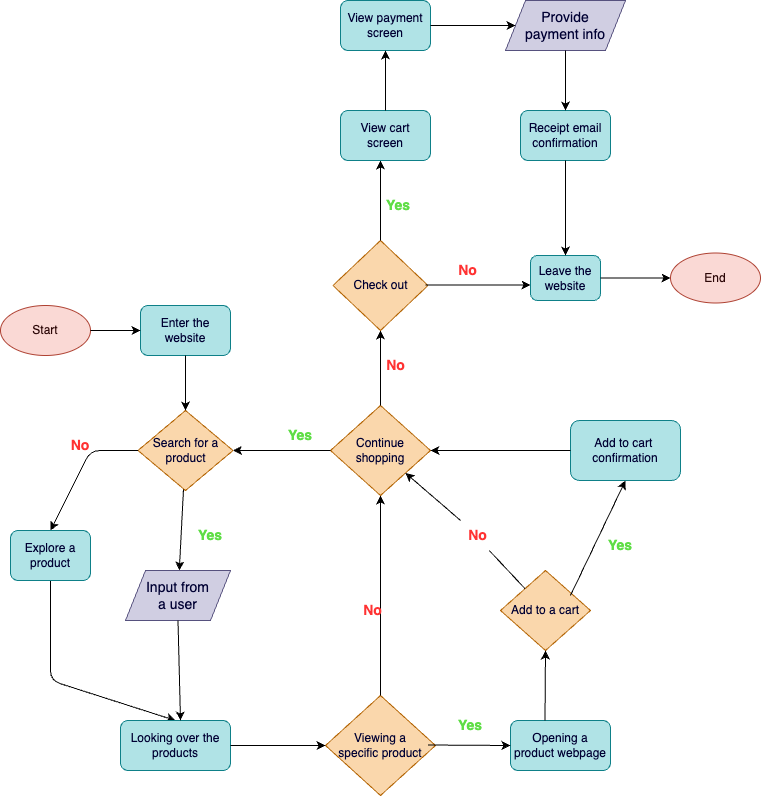
Above: explore/diagramming/diagram.drawio.png in faquanly/sp24-cse110-lab4 (draw.io), before the change. Source tidied: cells renumbered, new cells last; positions are measured from the earlier drawing's top-left corner, leaving out a move shared by most shapes.
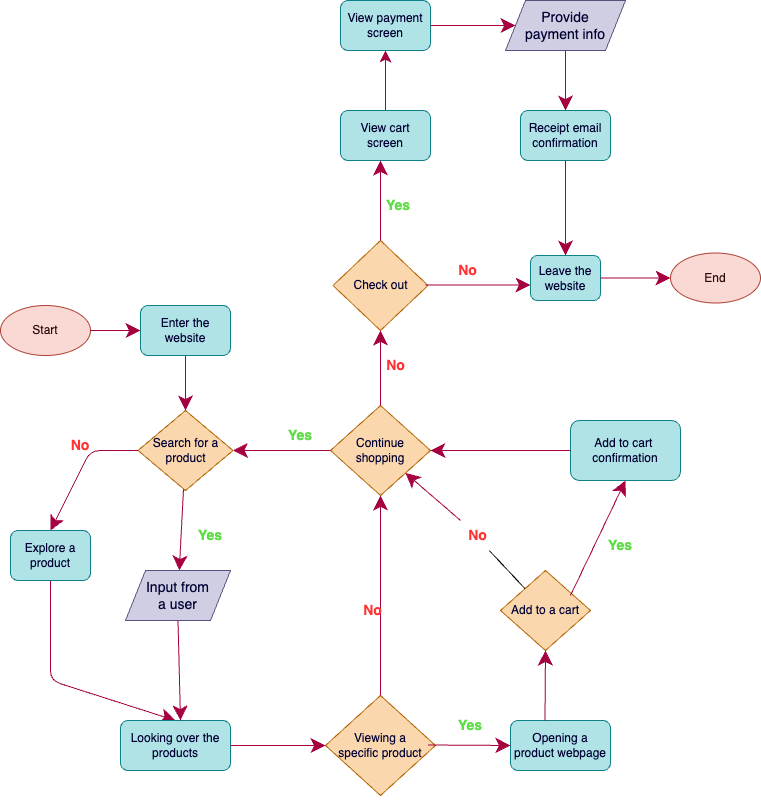
After the change.

The edit, as a diff of the source:
```diff
@@ -1,4 +1,4 @@
-<mxGraphModel>
+<mxGraphModel background="#ffffff">
   <root>
     <mxCell id="0" />
     <mxCell id="1" parent="0" />
@@ -23,16 +23,16 @@
     <mxCell id="8" value="&lt;font color=&quot;#000033&quot;&gt;Enter the website&lt;/font&gt;" style="rounded=1;whiteSpace=wrap;html=1;fillStyle=solid;fillColor=#b0e3e6;strokeColor=#0e8088;" parent="7" vertex="1">
       <mxGeometry x="90" y="85" width="90" height="50" as="geometry" />
     </mxCell>
-    <mxCell id="9" style="edgeStyle=none;html=1;fontSize=14;fontColor=#000033;" parent="7" edge="1" source="10" target="16">
+    <mxCell id="9" style="edgeStyle=none;html=1;fontSize=14;fontColor=#000033;endSize=12;startSize=12;fillColor=#d80073;strokeColor=#A50040;" parent="7" edge="1" source="10" target="16">
       <mxGeometry relative="1" as="geometry" />
     </mxCell>
     <mxCell id="10" value="Search for a product" style="rhombus;whiteSpace=wrap;html=1;fillStyle=solid;fillColor=#fad7ac;strokeColor=#b46504;fontColor=#000033;" parent="7" vertex="1">
       <mxGeometry x="87.5" y="190" width="95" height="80" as="geometry" />
     </mxCell>
-    <mxCell id="11" style="edgeStyle=none;html=1;fontColor=#000033;entryX=0.5;entryY=0;entryDx=0;entryDy=0;exitX=0.5;exitY=1;exitDx=0;exitDy=0;" parent="7" edge="1" source="8" target="10">
+    <mxCell id="11" style="edgeStyle=none;html=1;fontColor=#000033;entryX=0.5;entryY=0;entryDx=0;entryDy=0;exitX=0.5;exitY=1;exitDx=0;exitDy=0;endSize=12;fillColor=#d80073;strokeColor=#A50040;startSize=12;" parent="7" edge="1" source="8" target="10">
       <mxGeometry relative="1" as="geometry" />
     </mxCell>
-    <mxCell id="12" style="edgeStyle=none;html=1;fontColor=#000033;exitX=0;exitY=0.5;exitDx=0;exitDy=0;" parent="7" edge="1" source="10">
+    <mxCell id="12" style="edgeStyle=none;html=1;fontColor=#000033;exitX=0;exitY=0.5;exitDx=0;exitDy=0;endSize=12;startSize=12;fillColor=#d80073;strokeColor=#A50040;" parent="7" edge="1" source="10">
       <mxGeometry relative="1" as="geometry">
         <mxPoint y="310" as="targetPoint" />
         <Array as="points">
@@ -43,7 +43,7 @@
     <mxCell id="13" value="&lt;b style=&quot;&quot;&gt;&lt;font style=&quot;font-size: 14px;&quot; color=&quot;#5fdd46&quot;&gt;Yes&lt;/font&gt;&lt;/b&gt;" style="text;strokeColor=none;align=center;fillColor=none;html=1;verticalAlign=middle;whiteSpace=wrap;rounded=0;fillStyle=solid;fontColor=#000033;" parent="7" vertex="1">
       <mxGeometry x="140" y="300" width="40" height="30" as="geometry" />
     </mxCell>
-    <mxCell id="14" style="edgeStyle=none;html=1;fontSize=14;fontColor=#000033;entryX=0.5;entryY=0;entryDx=0;entryDy=0;" parent="7" edge="1" target="19">
+    <mxCell id="14" style="edgeStyle=none;html=1;fontSize=14;fontColor=#000033;entryX=0.5;entryY=0;entryDx=0;entryDy=0;endSize=12;startSize=12;fillColor=#d80073;strokeColor=#A50040;" parent="7" edge="1" target="19">
       <mxGeometry relative="1" as="geometry">
         <mxPoint y="360" as="sourcePoint" />
         <Array as="points">
@@ -60,13 +60,13 @@
     <mxCell id="17" value="&lt;font color=&quot;#2c0707&quot;&gt;Start&lt;/font&gt;" style="ellipse;whiteSpace=wrap;html=1;fillStyle=solid;fillColor=#fad9d5;strokeColor=#ae4132;" parent="7" vertex="1">
       <mxGeometry x="-50" y="85" width="90" height="50" as="geometry" />
     </mxCell>
-    <mxCell id="18" style="edgeStyle=none;html=1;fontColor=#000033;entryX=0;entryY=0.5;entryDx=0;entryDy=0;exitX=1;exitY=0.5;exitDx=0;exitDy=0;" parent="7" edge="1" source="17" target="8">
+    <mxCell id="18" style="edgeStyle=none;html=1;fontColor=#000033;entryX=0;entryY=0.5;entryDx=0;entryDy=0;exitX=1;exitY=0.5;exitDx=0;exitDy=0;endSize=12;fillColor=#d80073;strokeColor=#A50040;startSize=12;" parent="7" edge="1" source="17" target="8">
       <mxGeometry relative="1" as="geometry" />
     </mxCell>
     <mxCell id="19" value="&lt;span style=&quot;color: rgb(0, 0, 51);&quot;&gt;Looking over the&lt;/span&gt;&lt;br style=&quot;color: rgb(0, 0, 51);&quot;&gt;&lt;span style=&quot;color: rgb(0, 0, 51);&quot;&gt;products&lt;/span&gt;" style="rounded=1;whiteSpace=wrap;html=1;fillStyle=solid;fillColor=#b0e3e6;strokeColor=#0e8088;" parent="6" vertex="1">
       <mxGeometry x="120" y="500" width="110" height="50" as="geometry" />
     </mxCell>
-    <mxCell id="20" style="endArrow=classic;html=1;fontColor=#000033;exitX=0.5;exitY=1;exitDx=0;exitDy=0;" parent="6" edge="1" source="16">
+    <mxCell id="20" style="endArrow=classic;html=1;fontColor=#000033;exitX=0.5;exitY=1;exitDx=0;exitDy=0;endSize=12;fillColor=#d80073;strokeColor=#A50040;" parent="6" edge="1" source="16">
       <mxGeometry relative="1" as="geometry">
         <mxPoint x="180" y="500" as="targetPoint" />
       </mxGeometry>
@@ -74,10 +74,10 @@
     <mxCell id="21" value="&lt;span style=&quot;color: rgb(0, 0, 51);&quot;&gt;Explore a&lt;/span&gt;&lt;br style=&quot;color: rgb(0, 0, 51);&quot;&gt;&lt;span style=&quot;color: rgb(0, 0, 51);&quot;&gt;product&lt;/span&gt;" style="rounded=1;whiteSpace=wrap;html=1;fillStyle=solid;fillColor=#b0e3e6;strokeColor=#0e8088;" parent="6" vertex="1">
       <mxGeometry x="10" y="310" width="80" height="50" as="geometry" />
     </mxCell>
-    <mxCell id="22" style="endArrow=classic;html=1;fontColor=#000033;exitX=1;exitY=0.5;exitDx=0;exitDy=0;entryX=0;entryY=0.5;entryDx=0;entryDy=0;" parent="3" edge="1" source="19" target="5">
+    <mxCell id="22" style="endArrow=classic;html=1;fontColor=#000033;exitX=1;exitY=0.5;exitDx=0;exitDy=0;entryX=0;entryY=0.5;entryDx=0;entryDy=0;endSize=12;startSize=12;fillColor=#d80073;strokeColor=#A50040;" parent="3" edge="1" source="19" target="5">
       <mxGeometry relative="1" as="geometry" />
     </mxCell>
-    <mxCell id="23" style="endArrow=classic;html=1;fontColor=#000033;exitX=0.5;exitY=0;exitDx=0;exitDy=0;entryX=0.5;entryY=1;entryDx=0;entryDy=0;" parent="3" edge="1" source="5" target="27">
+    <mxCell id="23" style="endArrow=classic;html=1;fontColor=#000033;exitX=0.5;exitY=0;exitDx=0;exitDy=0;entryX=0.5;entryY=1;entryDx=0;entryDy=0;endSize=12;fillColor=#d80073;strokeColor=#A50040;" parent="3" edge="1" source="5" target="27">
       <mxGeometry relative="1" as="geometry" />
     </mxCell>
     <mxCell id="24" value="&lt;b style=&quot;&quot;&gt;&lt;font color=&quot;#ff3333&quot; style=&quot;font-size: 14px;&quot;&gt;No&lt;/font&gt;&lt;/b&gt;" style="text;strokeColor=none;align=center;fillColor=none;html=1;verticalAlign=middle;whiteSpace=wrap;rounded=0;fillStyle=solid;fontColor=#000033;" parent="3" vertex="1">
@@ -86,7 +86,7 @@
     <mxCell id="25" value="&lt;font color=&quot;#000033&quot;&gt;Opening a product webpage&lt;/font&gt;" style="rounded=1;whiteSpace=wrap;html=1;fillStyle=solid;fillColor=#b0e3e6;strokeColor=#0e8088;" parent="3" vertex="1">
       <mxGeometry x="510" y="500" width="100" height="50" as="geometry" />
     </mxCell>
-    <mxCell id="26" style="endArrow=classic;html=1;fontColor=#000033;exitX=0.5;exitY=0;exitDx=0;exitDy=0;entryX=0.5;entryY=1;entryDx=0;entryDy=0;" parent="3" edge="1" target="4">
+    <mxCell id="26" style="endArrow=classic;html=1;fontColor=#000033;exitX=0.5;exitY=0;exitDx=0;exitDy=0;entryX=0.5;entryY=1;entryDx=0;entryDy=0;fillColor=#d80073;strokeColor=#A50040;endSize=12;" parent="3" edge="1" target="4">
       <mxGeometry relative="1" as="geometry">
         <mxPoint x="544.5" y="500" as="sourcePoint" />
       </mxGeometry>
@@ -94,13 +94,13 @@
     <mxCell id="27" value="Continue&lt;br&gt;shopping" style="rhombus;whiteSpace=wrap;html=1;fillStyle=solid;fillColor=#fad7ac;strokeColor=#b46504;fontColor=#000033;" parent="3" vertex="1">
       <mxGeometry x="330" y="185" width="100" height="90" as="geometry" />
     </mxCell>
-    <mxCell id="28" style="endArrow=classic;html=1;fontColor=#000033;entryX=1;entryY=1;entryDx=0;entryDy=0;startArrow=none;" parent="3" edge="1" source="29" target="27">
+    <mxCell id="28" style="endArrow=classic;html=1;fontColor=#000033;entryX=1;entryY=1;entryDx=0;entryDy=0;startArrow=none;fillColor=#d80073;strokeColor=#A50040;endSize=12;" parent="3" edge="1" source="29" target="27">
       <mxGeometry relative="1" as="geometry" />
     </mxCell>
     <mxCell id="29" value="&lt;b style=&quot;&quot;&gt;&lt;font color=&quot;#ff3333&quot; style=&quot;font-size: 14px;&quot;&gt;No&lt;/font&gt;&lt;/b&gt;" style="text;strokeColor=none;align=center;fillColor=none;html=1;verticalAlign=middle;whiteSpace=wrap;rounded=0;fillStyle=solid;fontColor=#000033;" parent="3" vertex="1">
       <mxGeometry x="455" y="300" width="45" height="30" as="geometry" />
     </mxCell>
-    <mxCell id="30" style="endArrow=classic;html=1;fontColor=#000033;exitX=0.5;exitY=0;exitDx=0;exitDy=0;entryX=0.5;entryY=1;entryDx=0;entryDy=0;" parent="3" edge="1" target="31">
+    <mxCell id="30" style="endArrow=classic;html=1;fontColor=#000033;exitX=0.5;exitY=0;exitDx=0;exitDy=0;entryX=0.5;entryY=1;entryDx=0;entryDy=0;fillColor=#d80073;strokeColor=#A50040;endSize=12;startSize=12;" parent="3" edge="1" target="31">
       <mxGeometry relative="1" as="geometry">
         <mxPoint x="570" y="375" as="sourcePoint" />
       </mxGeometry>
@@ -108,13 +108,13 @@
     <mxCell id="31" value="&lt;font color=&quot;#000033&quot;&gt;Add to cart&amp;nbsp;&lt;br&gt;confirmation&lt;br&gt;&lt;/font&gt;" style="rounded=1;whiteSpace=wrap;html=1;fillStyle=solid;fillColor=#b0e3e6;strokeColor=#0e8088;" parent="3" vertex="1">
       <mxGeometry x="570" y="200" width="110" height="60" as="geometry" />
     </mxCell>
-    <mxCell id="32" style="endArrow=classic;html=1;fontColor=#000033;exitX=0;exitY=0.5;exitDx=0;exitDy=0;entryX=1;entryY=0.5;entryDx=0;entryDy=0;" parent="3" edge="1" source="31" target="27">
+    <mxCell id="32" style="endArrow=classic;html=1;fontColor=#000033;exitX=0;exitY=0.5;exitDx=0;exitDy=0;entryX=1;entryY=0.5;entryDx=0;entryDy=0;endSize=12;startSize=12;fillColor=#d80073;strokeColor=#A50040;" parent="3" edge="1" source="31" target="27">
       <mxGeometry relative="1" as="geometry" />
     </mxCell>
-    <mxCell id="33" style="endArrow=classic;html=1;fontColor=#000033;exitX=0.5;exitY=0;exitDx=0;exitDy=0;entryX=0.5;entryY=1;entryDx=0;entryDy=0;" parent="3" edge="1" source="27" target="37">
+    <mxCell id="33" style="endArrow=classic;html=1;fontColor=#000033;exitX=0.5;exitY=0;exitDx=0;exitDy=0;entryX=0.5;entryY=1;entryDx=0;entryDy=0;endSize=12;startSize=12;fillColor=#d80073;strokeColor=#A50040;" parent="3" edge="1" source="27" target="37">
       <mxGeometry relative="1" as="geometry" />
     </mxCell>
-    <mxCell id="34" style="endArrow=classic;html=1;fontColor=#000033;entryX=1;entryY=0.5;entryDx=0;entryDy=0;" parent="3" edge="1" target="10">
+    <mxCell id="34" style="endArrow=classic;html=1;fontColor=#000033;entryX=1;entryY=0.5;entryDx=0;entryDy=0;endSize=12;startSize=12;fillColor=#d80073;strokeColor=#A50040;" parent="3" edge="1" target="10">
       <mxGeometry relative="1" as="geometry">
         <mxPoint x="330" y="230" as="sourcePoint" />
       </mxGeometry>
@@ -128,13 +128,13 @@
     <mxCell id="37" value="Check out" style="rhombus;whiteSpace=wrap;html=1;fillStyle=solid;fillColor=#fad7ac;strokeColor=#b46504;fontColor=#000033;" parent="3" vertex="1">
       <mxGeometry x="332.5" y="20" width="95" height="90" as="geometry" />
     </mxCell>
-    <mxCell id="38" style="endArrow=classic;html=1;fontColor=#000033;" parent="3" edge="1">
+    <mxCell id="38" style="endArrow=classic;html=1;fontColor=#000033;fillColor=#d80073;strokeColor=#A50040;endSize=12;startSize=12;" parent="3" edge="1">
       <mxGeometry relative="1" as="geometry">
         <mxPoint x="425" y="64.5" as="sourcePoint" />
         <mxPoint x="530" y="64.5" as="targetPoint" />
       </mxGeometry>
     </mxCell>
-    <mxCell id="39" style="endArrow=none;html=1;fontColor=#000033;entryX=0.75;entryY=1;entryDx=0;entryDy=0;" parent="3" edge="1" source="4" target="29">
+    <mxCell id="39" style="endArrow=none;html=1;fontColor=#000033;entryX=0.75;entryY=1;entryDx=0;entryDy=0;endSize=12;startSize=12;" parent="3" edge="1" source="4" target="29">
       <mxGeometry relative="1" as="geometry" />
     </mxCell>
     <mxCell id="40" value="&lt;font color=&quot;#000033&quot;&gt;Leave the website&lt;/font&gt;" style="rounded=1;whiteSpace=wrap;html=1;fillStyle=solid;fillColor=#b0e3e6;strokeColor=#0e8088;" parent="3" vertex="1">
@@ -143,7 +143,7 @@
     <mxCell id="41" value="&lt;b style=&quot;&quot;&gt;&lt;font style=&quot;font-size: 14px;&quot; color=&quot;#5fdd46&quot;&gt;Yes&lt;/font&gt;&lt;/b&gt;" style="text;strokeColor=none;align=center;fillColor=none;html=1;verticalAlign=middle;whiteSpace=wrap;rounded=0;fillStyle=solid;fontColor=#000033;" parent="3" vertex="1">
       <mxGeometry x="450" y="490" width="40" height="30" as="geometry" />
     </mxCell>
-    <mxCell id="42" style="endArrow=classic;html=1;fontColor=#000033;exitX=1;exitY=0.5;exitDx=0;exitDy=0;" parent="3" edge="1">
+    <mxCell id="42" style="endArrow=classic;html=1;fontColor=#000033;exitX=1;exitY=0.5;exitDx=0;exitDy=0;endSize=12;startSize=12;fillColor=#d80073;strokeColor=#A50040;" parent="3" edge="1">
       <mxGeometry relative="1" as="geometry">
         <mxPoint x="427.5" y="524.5" as="sourcePoint" />
         <mxPoint x="510" y="525" as="targetPoint" />
@@ -152,7 +152,7 @@
     <mxCell id="43" value="&lt;b style=&quot;&quot;&gt;&lt;font color=&quot;#ff3333&quot; style=&quot;font-size: 14px;&quot;&gt;No&lt;/font&gt;&lt;/b&gt;" style="text;strokeColor=none;align=center;fillColor=none;html=1;verticalAlign=middle;whiteSpace=wrap;rounded=0;fillStyle=solid;fontColor=#000033;" parent="3" vertex="1">
       <mxGeometry x="445" y="35" width="45" height="30" as="geometry" />
     </mxCell>
-    <mxCell id="44" style="endArrow=classic;html=1;fontColor=#000033;" parent="3" edge="1">
+    <mxCell id="44" style="endArrow=classic;html=1;fontColor=#000033;fillColor=#d80073;strokeColor=#A50040;endSize=12;startSize=12;" parent="3" edge="1">
       <mxGeometry relative="1" as="geometry">
         <mxPoint x="380" y="20" as="sourcePoint" />
         <mxPoint x="380" y="-60" as="targetPoint" />
@@ -173,25 +173,25 @@
     <mxCell id="49" value="&lt;font color=&quot;#000033&quot;&gt;View payment screen&lt;/font&gt;" style="rounded=1;whiteSpace=wrap;html=1;fillStyle=solid;fillColor=#b0e3e6;strokeColor=#0e8088;" parent="2" vertex="1">
       <mxGeometry x="340" width="90" height="50" as="geometry" />
     </mxCell>
-    <mxCell id="50" style="endArrow=classic;html=1;fontColor=#000033;exitX=0.5;exitY=0;exitDx=0;exitDy=0;entryX=0.5;entryY=1;entryDx=0;entryDy=0;" parent="2" edge="1" source="48" target="49">
+    <mxCell id="50" style="endArrow=classic;html=1;fontColor=#000033;exitX=0.5;exitY=0;exitDx=0;exitDy=0;entryX=0.5;entryY=1;entryDx=0;entryDy=0;fillColor=#d80073;strokeColor=#A50040;endSize=9;startSize=10;" parent="2" edge="1" source="48" target="49">
       <mxGeometry relative="1" as="geometry" />
     </mxCell>
     <mxCell id="51" value="&lt;font color=&quot;#000033&quot;&gt;Provide &lt;br&gt;payment info&lt;/font&gt;" style="shape=parallelogram;perimeter=parallelogramPerimeter;whiteSpace=wrap;html=1;fixedSize=1;fillStyle=solid;fontSize=14;fillColor=#d0cee2;strokeColor=#56517e;" parent="2" vertex="1">
       <mxGeometry x="505" width="120" height="50" as="geometry" />
     </mxCell>
-    <mxCell id="52" style="endArrow=classic;html=1;fontColor=#000033;exitX=1;exitY=0.5;exitDx=0;exitDy=0;entryX=0;entryY=0.5;entryDx=0;entryDy=0;" parent="2" edge="1" source="49" target="51">
+    <mxCell id="52" style="endArrow=classic;html=1;fontColor=#000033;exitX=1;exitY=0.5;exitDx=0;exitDy=0;entryX=0;entryY=0.5;entryDx=0;entryDy=0;fillColor=#d80073;strokeColor=#A50040;endSize=12;startSize=12;" parent="2" edge="1" source="49" target="51">
       <mxGeometry relative="1" as="geometry" />
     </mxCell>
     <mxCell id="53" value="&lt;font color=&quot;#000033&quot;&gt;Receipt email confirmation&lt;/font&gt;" style="rounded=1;whiteSpace=wrap;html=1;fillStyle=solid;fillColor=#b0e3e6;strokeColor=#0e8088;" parent="2" vertex="1">
       <mxGeometry x="520" y="110" width="90" height="50" as="geometry" />
     </mxCell>
-    <mxCell id="54" style="endArrow=classic;html=1;fontColor=#000033;exitX=0.5;exitY=1;exitDx=0;exitDy=0;entryX=0.5;entryY=0;entryDx=0;entryDy=0;" parent="2" edge="1" source="53" target="40">
+    <mxCell id="54" style="endArrow=classic;html=1;fontColor=#000033;exitX=0.5;exitY=1;exitDx=0;exitDy=0;entryX=0.5;entryY=0;entryDx=0;entryDy=0;fillColor=#d80073;strokeColor=#A50040;endSize=12;startSize=12;" parent="2" edge="1" source="53" target="40">
       <mxGeometry relative="1" as="geometry" />
     </mxCell>
-    <mxCell id="55" style="endArrow=classic;html=1;fontColor=#000033;exitX=0.5;exitY=1;exitDx=0;exitDy=0;" parent="2" edge="1" source="51" target="53">
+    <mxCell id="55" style="endArrow=classic;html=1;fontColor=#000033;exitX=0.5;exitY=1;exitDx=0;exitDy=0;fillColor=#d80073;strokeColor=#A50040;endSize=12;startSize=12;" parent="2" edge="1" source="51" target="53">
       <mxGeometry relative="1" as="geometry" />
     </mxCell>
-    <mxCell id="56" style="endArrow=classic;html=1;fontColor=#000033;entryX=0;entryY=0.5;entryDx=0;entryDy=0;exitX=1;exitY=0.5;exitDx=0;exitDy=0;" parent="2" edge="1" source="40" target="46">
+    <mxCell id="56" style="endArrow=classic;html=1;fontColor=#000033;entryX=0;entryY=0.5;entryDx=0;entryDy=0;exitX=1;exitY=0.5;exitDx=0;exitDy=0;endSize=12;startSize=12;fillColor=#d80073;strokeColor=#A50040;" parent="2" edge="1" source="40" target="46">
       <mxGeometry relative="1" as="geometry" />
     </mxCell>
   </root>
```
